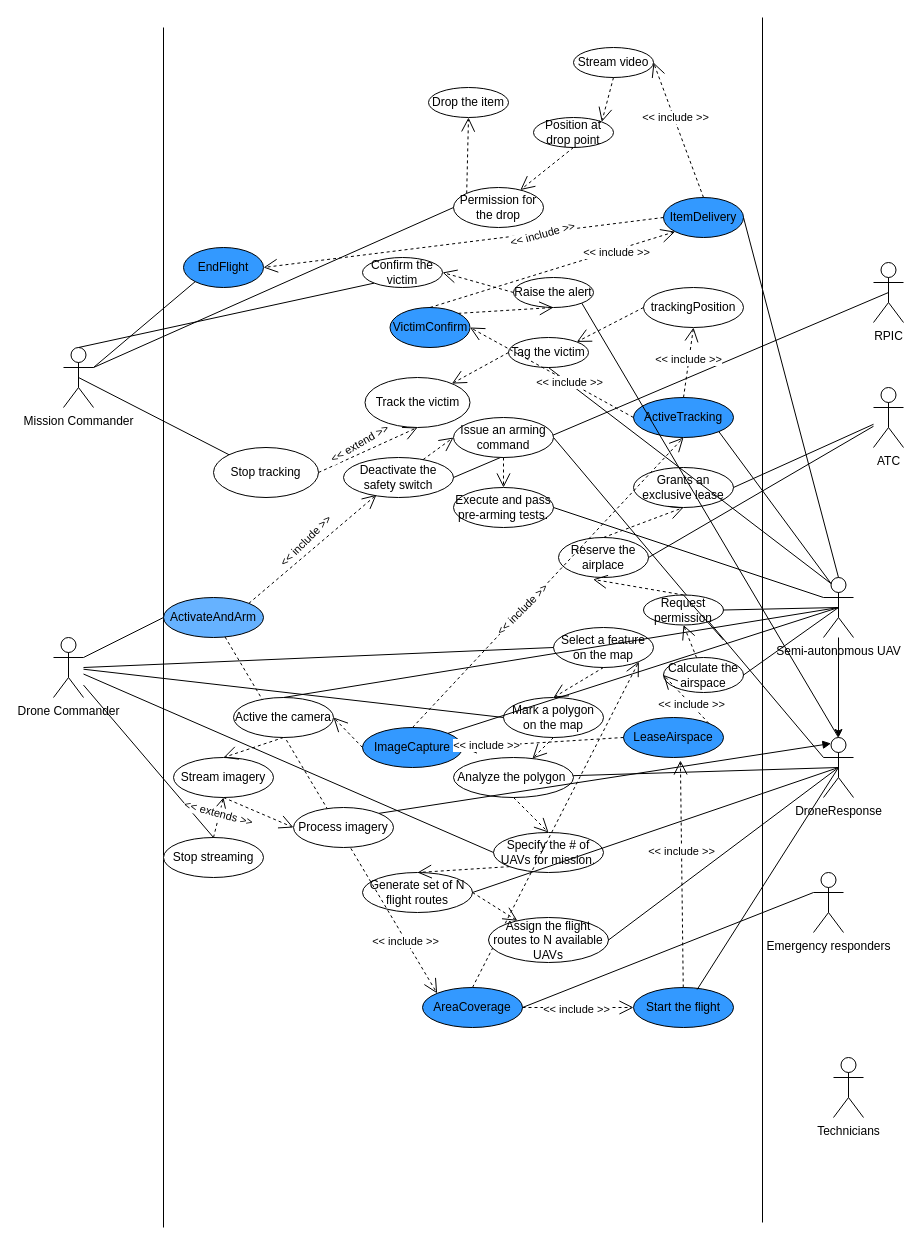
Above: Assignment_6-Ex_1.drawio in bekzod-amonov/Software-Engineering (draw.io), before the change. Source tidied: cells renumbered, new cells numbered last; positions are measured from the earlier drawing's top-left corner, leaving out a move shared by most shapes. Both pictures are drawn from the tidied source at 100%, with x=0, y=0 at pixel (53, 17).
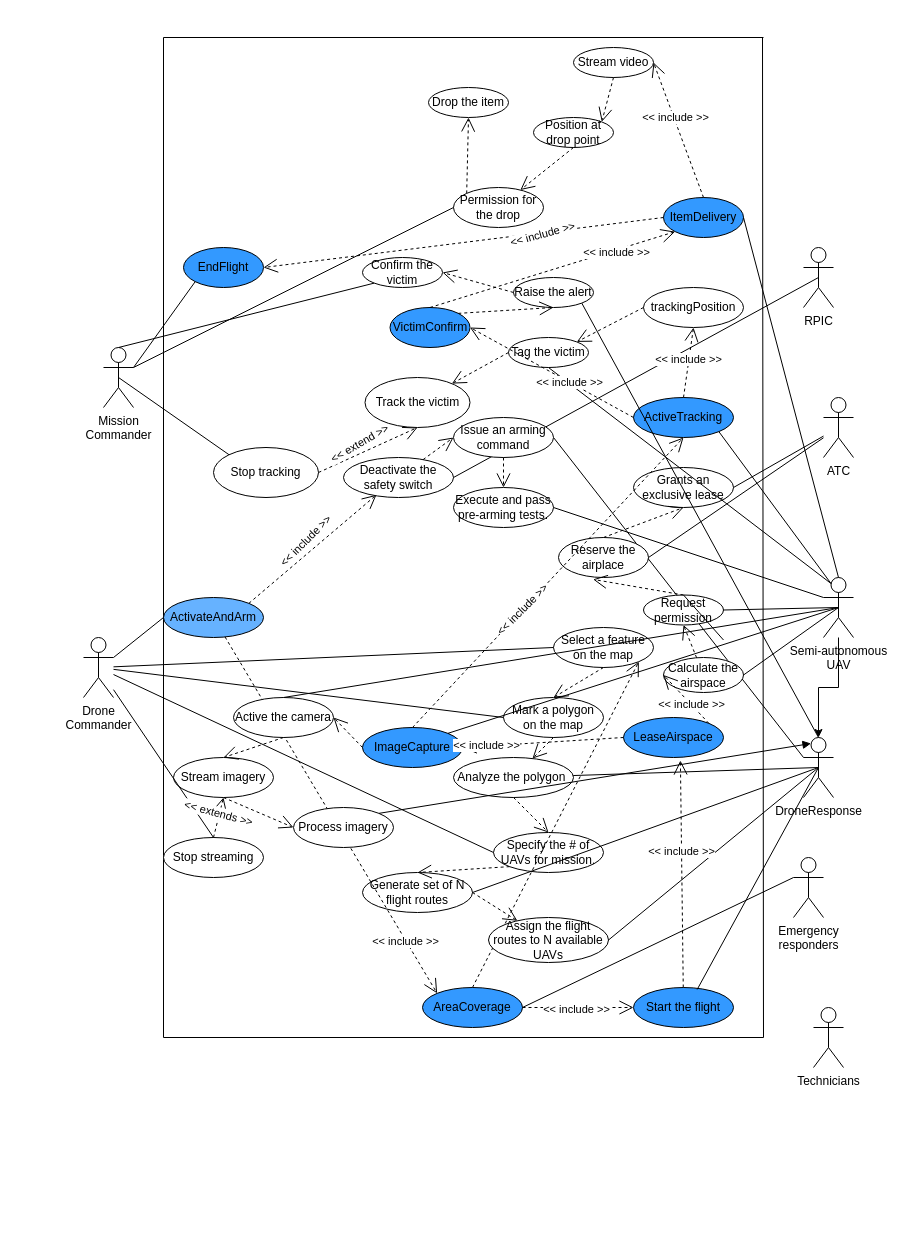
Above is the later version.

Unchanged cells that the change refers to:
```xml
<mxCell id="27" value="Select a feature on the map" style="ellipse;whiteSpace=wrap;html=1;align=center;" parent="1" vertex="1">
  <mxGeometry x="500" y="610" width="100" height="40" as="geometry" />
</mxCell>
```

Diff of the diagram source:
```diff
@@
     <mxCell id="2" style="endArrow=none;html=1;rounded=0;" parent="1" edge="1">
       <mxGeometry relative="1" as="geometry">
-        <mxPoint x="110" y="1210" as="sourcePoint" />
-        <mxPoint x="110" y="10" as="targetPoint" />
+        <mxPoint x="110" y="1020" as="sourcePoint" />
+        <mxPoint x="110" y="20" as="targetPoint" />
       </mxGeometry>
     </mxCell>
     <mxCell id="3" style="endArrow=none;html=1;rounded=0;" parent="1" edge="1">
       <mxGeometry relative="1" as="geometry">
-        <mxPoint x="709" y="1205" as="sourcePoint" />
-        <mxPoint x="709" as="targetPoint" />
+        <mxPoint x="710" y="1020" as="sourcePoint" />
+        <mxPoint x="709" y="20" as="targetPoint" />
       </mxGeometry>
     </mxCell>
-    <mxCell id="4" value="Drone Commander" style="shape=umlActor;verticalLabelPosition=bottom;verticalAlign=top;html=1;" parent="1" vertex="1">
-      <mxGeometry y="620" width="30" height="60" as="geometry" />
-    </mxCell>
-    <mxCell id="5" value="Semi-autonomous UAV" style="shape=umlActor;verticalLabelPosition=bottom;verticalAlign=top;html=1;" parent="1" vertex="1">
+    <mxCell id="5" value="Semi-autonomous &lt;br&gt;UAV" style="shape=umlActor;verticalLabelPosition=bottom;verticalAlign=top;html=1;" parent="1" vertex="1">
       <mxGeometry x="770" y="560" width="30" height="60" as="geometry" />
     </mxCell>
-    <mxCell id="6" value="Emergency responders" style="shape=umlActor;verticalLabelPosition=bottom;verticalAlign=top;html=1;" parent="1" vertex="1">
-      <mxGeometry x="760" y="855" width="30" height="60" as="geometry" />
+    <mxCell id="6" value="Emergency &lt;br&gt;responders" style="shape=umlActor;verticalLabelPosition=bottom;verticalAlign=top;html=1;" parent="1" vertex="1">
+      <mxGeometry x="740" y="840" width="30" height="60" as="geometry" />
     </mxCell>
     <mxCell id="7" value="DroneResponse" style="shape=umlActor;verticalLabelPosition=bottom;verticalAlign=top;html=1;" parent="1" vertex="1">
-      <mxGeometry x="770" y="720" width="30" height="60" as="geometry" />
+      <mxGeometry x="750" y="720" width="30" height="60" as="geometry" />
     </mxCell>
     <mxCell id="8" value="RPIC" style="shape=umlActor;verticalLabelPosition=bottom;verticalAlign=top;html=1;" parent="1" vertex="1">
-      <mxGeometry x="820" y="245" width="30" height="60" as="geometry" />
+      <mxGeometry x="750" y="230" width="30" height="60" as="geometry" />
     </mxCell>
     <mxCell id="9" value="Technicians" style="shape=umlActor;verticalLabelPosition=bottom;verticalAlign=top;html=1;" parent="1" vertex="1">
-      <mxGeometry x="780" y="1040" width="30" height="60" as="geometry" />
+      <mxGeometry x="760" y="990" width="30" height="60" as="geometry" />
     </mxCell>
@@
-    <mxCell id="32" style="endArrow=none;html=1;rounded=0;entryX=0;entryY=0.5;entryDx=0;entryDy=0;" parent="1" edge="1" target="27">
-      <mxGeometry relative="1" as="geometry">
-        <mxPoint x="30" y="650" as="sourcePoint" />
-      </mxGeometry>
+    <mxCell id="32" style="endArrow=none;html=1;rounded=0;entryX=0;entryY=0.5;entryDx=0;entryDy=0;" parent="1" edge="1" source="4" target="27">
+      <mxGeometry relative="1" as="geometry" />
     </mxCell>
@@
     <mxCell id="52" value="ATC" style="shape=umlActor;verticalLabelPosition=bottom;verticalAlign=top;html=1;" parent="1" vertex="1">
-      <mxGeometry x="820" y="370" width="30" height="60" as="geometry" />
+      <mxGeometry x="770" y="380" width="30" height="60" as="geometry" />
     </mxCell>
@@
-    <mxCell id="94" value="Mission Commander" style="shape=umlActor;verticalLabelPosition=bottom;verticalAlign=top;html=1;" parent="1" vertex="1">
-      <mxGeometry x="10" y="330" width="30" height="60" as="geometry" />
+    <mxCell id="94" value="Mission &lt;br&gt;Commander" style="shape=umlActor;verticalLabelPosition=bottom;verticalAlign=top;html=1;" parent="1" vertex="1">
+      <mxGeometry x="50" y="330" width="30" height="60" as="geometry" />
     </mxCell>
@@
+    <mxCell id="127" style="endArrow=none;html=1;rounded=0;" parent="1" edge="1">
+      <mxGeometry relative="1" as="geometry">
+        <mxPoint x="710" y="20" as="sourcePoint" />
+        <mxPoint x="110" y="20" as="targetPoint" />
+      </mxGeometry>
+    </mxCell>
+    <mxCell id="128" style="endArrow=none;html=1;rounded=0;" parent="1" edge="1">
+      <mxGeometry relative="1" as="geometry">
+        <mxPoint x="710" y="1020" as="sourcePoint" />
+        <mxPoint x="110" y="1020" as="targetPoint" />
+      </mxGeometry>
+    </mxCell>
+    <mxCell id="129" style="endArrow=none;html=1;rounded=0;entryX=0;entryY=0.5;entryDx=0;entryDy=0;" parent="1" edge="1" target="4">
+      <mxGeometry relative="1" as="geometry">
+        <mxPoint x="30" y="650" as="sourcePoint" />
+      </mxGeometry>
+    </mxCell>
+    <mxCell id="4" value="Drone &lt;br&gt;Commander" style="shape=umlActor;verticalLabelPosition=bottom;verticalAlign=top;html=1;" parent="1" vertex="1">
+      <mxGeometry x="30" y="620" width="30" height="60" as="geometry" />
+    </mxCell>
```
